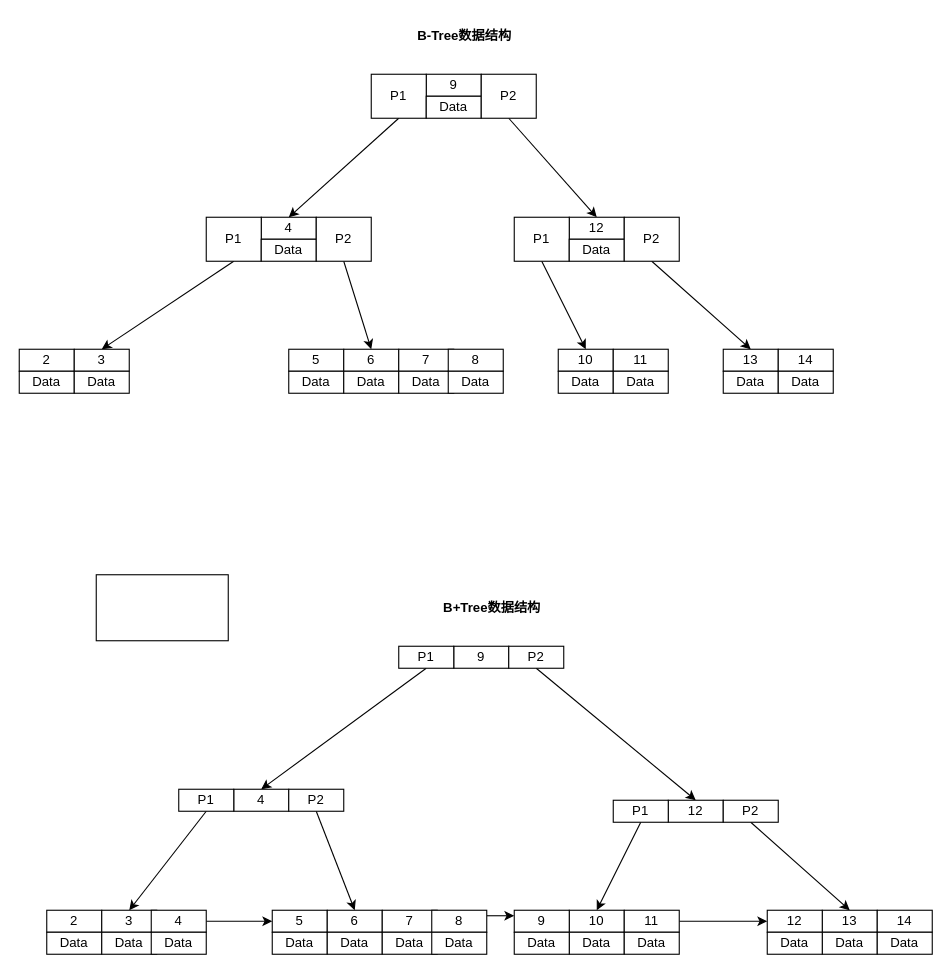
Before: drowio/ES/B+树和B-树数据结构对比.drawio in allen1995/allen-git, a draw.io diagram. Source tidied: cells renumbered, new cells numbered last; positions are measured from the earlier drawing's top-left corner, leaving out a move shared by most shapes. Both pictures are drawn from the tidied source at 110%, with x=0, y=0 at pixel (19, 19).
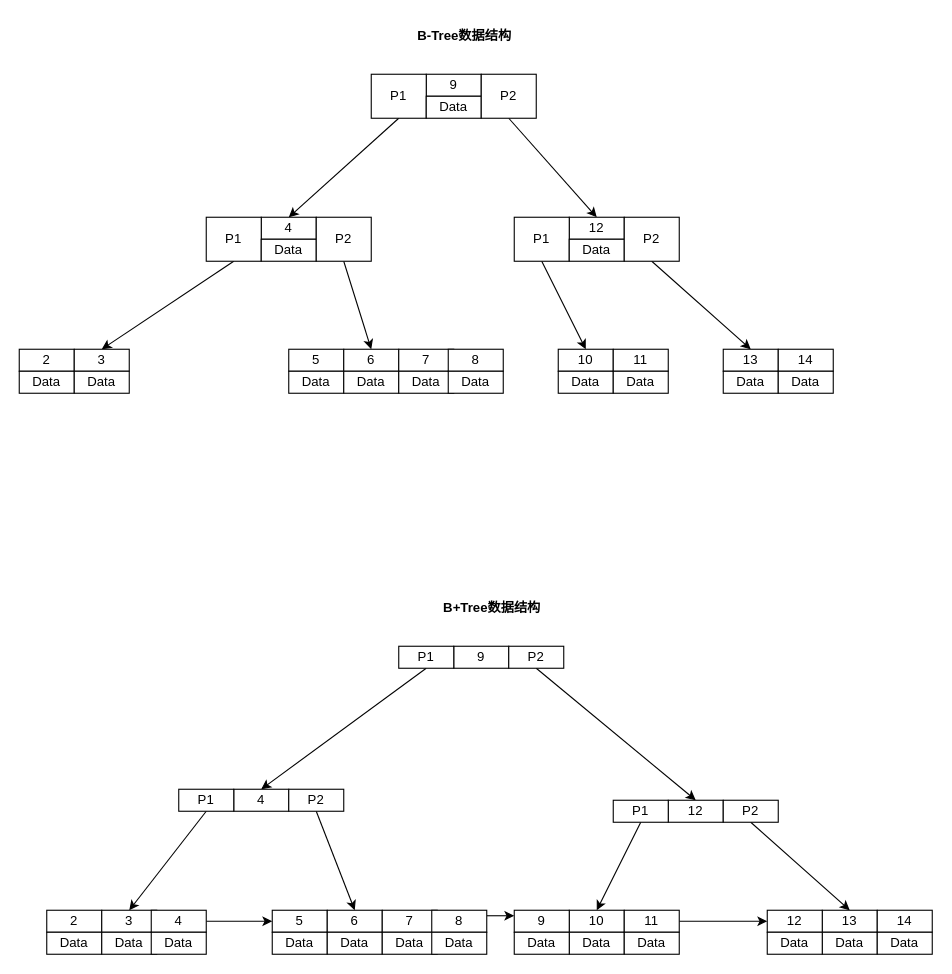
Above is the later version.

Diff of the diagram source:
```diff
@@
-    <mxCell id="86" style="rounded=0;whiteSpace=wrap;html=1;" parent="1" vertex="1">
-      <mxGeometry x="70" y="505" width="120" height="60" as="geometry" />
-    </mxCell>
```
